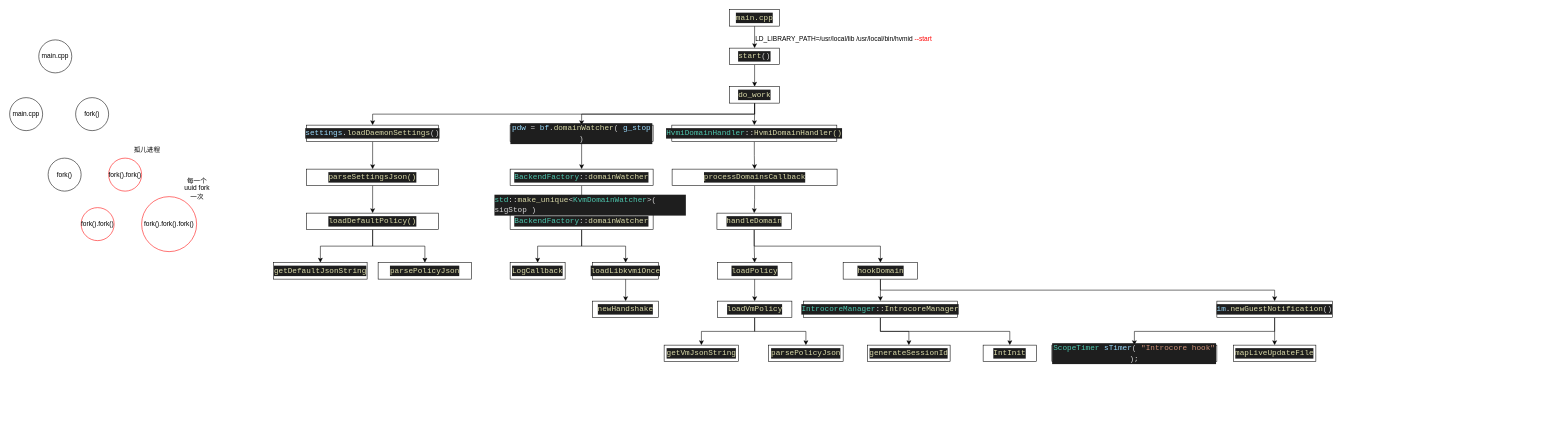
Earlier version of the draw.io diagram Untitled Diagram.drawio (Amber0130/Other). Source tidied: cells renumbered, new cells numbered last; positions are measured from the earlier drawing's top-left corner, leaving out a move shared by most shapes. Both pictures are drawn from the tidied source at 55%, with x=0, y=0 at pixel (9, 9).
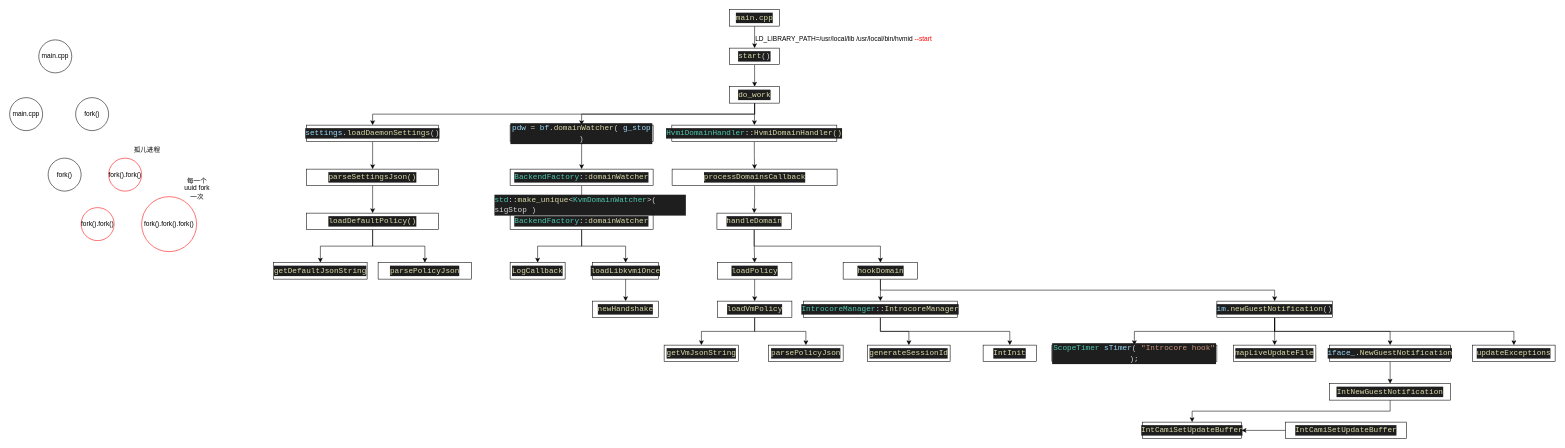
The same page after the edit.

Unchanged cells that the change refers to:
```xml
<mxCell id="65" value="&lt;div style=&quot;color: rgb(212 , 212 , 212) ; background-color: rgb(30 , 30 , 30) ; font-family: &amp;#34;consolas&amp;#34; , &amp;#34;courier new&amp;#34; , monospace ; font-size: 14px ; line-height: 19px&quot;&gt;&lt;div style=&quot;font-family: &amp;#34;consolas&amp;#34; , &amp;#34;courier new&amp;#34; , monospace ; line-height: 19px&quot;&gt;&lt;div style=&quot;font-family: &amp;#34;consolas&amp;#34; , &amp;#34;courier new&amp;#34; , monospace ; line-height: 19px&quot;&gt;&lt;div style=&quot;font-family: &amp;#34;consolas&amp;#34; , &amp;#34;courier new&amp;#34; , monospace ; line-height: 19px&quot;&gt;&lt;div style=&quot;font-family: &amp;#34;consolas&amp;#34; , &amp;#34;courier new&amp;#34; , monospace ; line-height: 19px&quot;&gt;&lt;div style=&quot;font-family: &amp;#34;consolas&amp;#34; , &amp;#34;courier new&amp;#34; , monospace ; line-height: 19px&quot;&gt;&lt;div style=&quot;font-family: &amp;#34;consolas&amp;#34; , &amp;#34;courier new&amp;#34; , monospace ; line-height: 19px&quot;&gt;&lt;div style=&quot;font-family: &amp;#34;consolas&amp;#34; , &amp;#34;courier new&amp;#34; , monospace ; line-height: 19px&quot;&gt;&lt;div style=&quot;font-family: &amp;#34;consolas&amp;#34; , &amp;#34;courier new&amp;#34; , monospace ; line-height: 19px&quot;&gt;&lt;div style=&quot;line-height: 19px&quot;&gt;&lt;div style=&quot;font-family: &amp;#34;consolas&amp;#34; , &amp;#34;courier new&amp;#34; , monospace ; line-height: 19px&quot;&gt;&lt;span style=&quot;color: #9cdcfe&quot;&gt;im&lt;/span&gt;.&lt;span style=&quot;color: #dcdcaa&quot;&gt;newGuestNotification&lt;/span&gt;()&lt;/div&gt;&lt;/div&gt;&lt;/div&gt;&lt;/div&gt;&lt;/div&gt;&lt;/div&gt;&lt;/div&gt;&lt;/div&gt;&lt;/div&gt;&lt;/div&gt;&lt;/div&gt;" style="rounded=0;whiteSpace=wrap;html=1;" parent="1" vertex="1">
  <mxGeometry x="2195" y="530" width="210" height="30" as="geometry" />
</mxCell>
```

The edit, as a diff of the source:
```diff
@@
+    <mxCell id="68" style="edgeStyle=orthogonalEdgeStyle;rounded=0;jettySize=auto;html=1;exitX=0.5;exitY=1;exitDx=0;exitDy=0;" parent="1" edge="1" source="65" target="71">
+      <mxGeometry relative="1" as="geometry" />
+    </mxCell>
+    <mxCell id="69" style="edgeStyle=orthogonalEdgeStyle;rounded=0;jettySize=auto;html=1;exitX=0.5;exitY=1;exitDx=0;exitDy=0;entryX=0.5;entryY=0;entryDx=0;entryDy=0;" parent="1" edge="1" source="65" target="72">
+      <mxGeometry relative="1" as="geometry" />
+    </mxCell>
@@
+    <mxCell id="70" style="edgeStyle=orthogonalEdgeStyle;rounded=0;jettySize=auto;html=1;exitX=0.5;exitY=1;exitDx=0;exitDy=0;" parent="1" edge="1" source="71" target="74">
+      <mxGeometry relative="1" as="geometry" />
+    </mxCell>
+    <mxCell id="71" value="&lt;div style=&quot;color: rgb(212 , 212 , 212) ; background-color: rgb(30 , 30 , 30) ; font-family: &amp;#34;consolas&amp;#34; , &amp;#34;courier new&amp;#34; , monospace ; font-size: 14px ; line-height: 19px&quot;&gt;&lt;div style=&quot;font-family: &amp;#34;consolas&amp;#34; , &amp;#34;courier new&amp;#34; , monospace ; line-height: 19px&quot;&gt;&lt;div style=&quot;font-family: &amp;#34;consolas&amp;#34; , &amp;#34;courier new&amp;#34; , monospace ; line-height: 19px&quot;&gt;&lt;div style=&quot;font-family: &amp;#34;consolas&amp;#34; , &amp;#34;courier new&amp;#34; , monospace ; line-height: 19px&quot;&gt;&lt;div style=&quot;font-family: &amp;#34;consolas&amp;#34; , &amp;#34;courier new&amp;#34; , monospace ; line-height: 19px&quot;&gt;&lt;div style=&quot;font-family: &amp;#34;consolas&amp;#34; , &amp;#34;courier new&amp;#34; , monospace ; line-height: 19px&quot;&gt;&lt;div style=&quot;font-family: &amp;#34;consolas&amp;#34; , &amp;#34;courier new&amp;#34; , monospace ; line-height: 19px&quot;&gt;&lt;div style=&quot;font-family: &amp;#34;consolas&amp;#34; , &amp;#34;courier new&amp;#34; , monospace ; line-height: 19px&quot;&gt;&lt;div style=&quot;font-family: &amp;#34;consolas&amp;#34; , &amp;#34;courier new&amp;#34; , monospace ; line-height: 19px&quot;&gt;&lt;div style=&quot;line-height: 19px&quot;&gt;&lt;div style=&quot;font-family: &amp;#34;consolas&amp;#34; , &amp;#34;courier new&amp;#34; , monospace ; line-height: 19px&quot;&gt;&lt;div style=&quot;font-family: &amp;#34;consolas&amp;#34; , &amp;#34;courier new&amp;#34; , monospace ; line-height: 19px&quot;&gt;&lt;div style=&quot;font-family: &amp;#34;consolas&amp;#34; , &amp;#34;courier new&amp;#34; , monospace ; line-height: 19px&quot;&gt;&lt;div style=&quot;font-family: &amp;#34;consolas&amp;#34; , &amp;#34;courier new&amp;#34; , monospace ; line-height: 19px&quot;&gt;&lt;span style=&quot;color: #9cdcfe&quot;&gt;iface_&lt;/span&gt;.&lt;span style=&quot;color: #dcdcaa&quot;&gt;NewGuestNotification&lt;/span&gt;&lt;/div&gt;&lt;/div&gt;&lt;/div&gt;&lt;/div&gt;&lt;/div&gt;&lt;/div&gt;&lt;/div&gt;&lt;/div&gt;&lt;/div&gt;&lt;/div&gt;&lt;/div&gt;&lt;/div&gt;&lt;/div&gt;&lt;/div&gt;" style="rounded=0;whiteSpace=wrap;html=1;" parent="1" vertex="1">
+      <mxGeometry x="2400" y="610" width="220" height="30" as="geometry" />
+    </mxCell>
+    <mxCell id="72" value="&lt;div style=&quot;color: rgb(212 , 212 , 212) ; background-color: rgb(30 , 30 , 30) ; font-family: &amp;#34;consolas&amp;#34; , &amp;#34;courier new&amp;#34; , monospace ; font-size: 14px ; line-height: 19px&quot;&gt;&lt;div style=&quot;font-family: &amp;#34;consolas&amp;#34; , &amp;#34;courier new&amp;#34; , monospace ; line-height: 19px&quot;&gt;&lt;div style=&quot;font-family: &amp;#34;consolas&amp;#34; , &amp;#34;courier new&amp;#34; , monospace ; line-height: 19px&quot;&gt;&lt;div style=&quot;font-family: &amp;#34;consolas&amp;#34; , &amp;#34;courier new&amp;#34; , monospace ; line-height: 19px&quot;&gt;&lt;div style=&quot;font-family: &amp;#34;consolas&amp;#34; , &amp;#34;courier new&amp;#34; , monospace ; line-height: 19px&quot;&gt;&lt;div style=&quot;font-family: &amp;#34;consolas&amp;#34; , &amp;#34;courier new&amp;#34; , monospace ; line-height: 19px&quot;&gt;&lt;div style=&quot;font-family: &amp;#34;consolas&amp;#34; , &amp;#34;courier new&amp;#34; , monospace ; line-height: 19px&quot;&gt;&lt;div style=&quot;font-family: &amp;#34;consolas&amp;#34; , &amp;#34;courier new&amp;#34; , monospace ; line-height: 19px&quot;&gt;&lt;div style=&quot;font-family: &amp;#34;consolas&amp;#34; , &amp;#34;courier new&amp;#34; , monospace ; line-height: 19px&quot;&gt;&lt;div style=&quot;line-height: 19px&quot;&gt;&lt;div style=&quot;font-family: &amp;#34;consolas&amp;#34; , &amp;#34;courier new&amp;#34; , monospace ; line-height: 19px&quot;&gt;&lt;div style=&quot;font-family: &amp;#34;consolas&amp;#34; , &amp;#34;courier new&amp;#34; , monospace ; line-height: 19px&quot;&gt;&lt;div style=&quot;font-family: &amp;#34;consolas&amp;#34; , &amp;#34;courier new&amp;#34; , monospace ; line-height: 19px&quot;&gt;&lt;div style=&quot;font-family: &amp;#34;consolas&amp;#34; , &amp;#34;courier new&amp;#34; , monospace ; line-height: 19px&quot;&gt;&lt;span style=&quot;color: #dcdcaa&quot;&gt;updateExceptions&lt;/span&gt;&lt;/div&gt;&lt;/div&gt;&lt;/div&gt;&lt;/div&gt;&lt;/div&gt;&lt;/div&gt;&lt;/div&gt;&lt;/div&gt;&lt;/div&gt;&lt;/div&gt;&lt;/div&gt;&lt;/div&gt;&lt;/div&gt;&lt;/div&gt;" style="rounded=0;whiteSpace=wrap;html=1;" parent="1" vertex="1">
+      <mxGeometry x="2660" y="610" width="150" height="30" as="geometry" />
+    </mxCell>
+    <mxCell id="73" style="edgeStyle=orthogonalEdgeStyle;rounded=0;jettySize=auto;html=1;exitX=0.5;exitY=1;exitDx=0;exitDy=0;entryX=0.5;entryY=0;entryDx=0;entryDy=0;" parent="1" edge="1" source="74" target="75">
+      <mxGeometry relative="1" as="geometry" />
+    </mxCell>
+    <mxCell id="74" value="&lt;div style=&quot;color: rgb(212 , 212 , 212) ; background-color: rgb(30 , 30 , 30) ; font-family: &amp;#34;consolas&amp;#34; , &amp;#34;courier new&amp;#34; , monospace ; font-size: 14px ; line-height: 19px&quot;&gt;&lt;div style=&quot;font-family: &amp;#34;consolas&amp;#34; , &amp;#34;courier new&amp;#34; , monospace ; line-height: 19px&quot;&gt;&lt;div style=&quot;font-family: &amp;#34;consolas&amp;#34; , &amp;#34;courier new&amp;#34; , monospace ; line-height: 19px&quot;&gt;&lt;div style=&quot;font-family: &amp;#34;consolas&amp;#34; , &amp;#34;courier new&amp;#34; , monospace ; line-height: 19px&quot;&gt;&lt;div style=&quot;font-family: &amp;#34;consolas&amp;#34; , &amp;#34;courier new&amp;#34; , monospace ; line-height: 19px&quot;&gt;&lt;div style=&quot;font-family: &amp;#34;consolas&amp;#34; , &amp;#34;courier new&amp;#34; , monospace ; line-height: 19px&quot;&gt;&lt;div style=&quot;font-family: &amp;#34;consolas&amp;#34; , &amp;#34;courier new&amp;#34; , monospace ; line-height: 19px&quot;&gt;&lt;div style=&quot;font-family: &amp;#34;consolas&amp;#34; , &amp;#34;courier new&amp;#34; , monospace ; line-height: 19px&quot;&gt;&lt;div style=&quot;font-family: &amp;#34;consolas&amp;#34; , &amp;#34;courier new&amp;#34; , monospace ; line-height: 19px&quot;&gt;&lt;div style=&quot;line-height: 19px&quot;&gt;&lt;div style=&quot;font-family: &amp;#34;consolas&amp;#34; , &amp;#34;courier new&amp;#34; , monospace ; line-height: 19px&quot;&gt;&lt;div style=&quot;font-family: &amp;#34;consolas&amp;#34; , &amp;#34;courier new&amp;#34; , monospace ; line-height: 19px&quot;&gt;&lt;div style=&quot;font-family: &amp;#34;consolas&amp;#34; , &amp;#34;courier new&amp;#34; , monospace ; line-height: 19px&quot;&gt;&lt;div style=&quot;font-family: &amp;#34;consolas&amp;#34; , &amp;#34;courier new&amp;#34; , monospace ; line-height: 19px&quot;&gt;&lt;div style=&quot;font-family: &amp;#34;consolas&amp;#34; , &amp;#34;courier new&amp;#34; , monospace ; line-height: 19px&quot;&gt;&lt;span style=&quot;color: #dcdcaa&quot;&gt;IntNewGuestNotification&lt;/span&gt;&lt;/div&gt;&lt;/div&gt;&lt;/div&gt;&lt;/div&gt;&lt;/div&gt;&lt;/div&gt;&lt;/div&gt;&lt;/div&gt;&lt;/div&gt;&lt;/div&gt;&lt;/div&gt;&lt;/div&gt;&lt;/div&gt;&lt;/div&gt;&lt;/div&gt;" style="rounded=0;whiteSpace=wrap;html=1;" parent="1" vertex="1">
+      <mxGeometry x="2400" y="680" width="220" height="30" as="geometry" />
+    </mxCell>
+    <mxCell id="75" value="&lt;div style=&quot;color: rgb(212 , 212 , 212) ; background-color: rgb(30 , 30 , 30) ; font-family: &amp;#34;consolas&amp;#34; , &amp;#34;courier new&amp;#34; , monospace ; font-size: 14px ; line-height: 19px&quot;&gt;&lt;div style=&quot;font-family: &amp;#34;consolas&amp;#34; , &amp;#34;courier new&amp;#34; , monospace ; line-height: 19px&quot;&gt;&lt;div style=&quot;font-family: &amp;#34;consolas&amp;#34; , &amp;#34;courier new&amp;#34; , monospace ; line-height: 19px&quot;&gt;&lt;div style=&quot;font-family: &amp;#34;consolas&amp;#34; , &amp;#34;courier new&amp;#34; , monospace ; line-height: 19px&quot;&gt;&lt;div style=&quot;font-family: &amp;#34;consolas&amp;#34; , &amp;#34;courier new&amp;#34; , monospace ; line-height: 19px&quot;&gt;&lt;div style=&quot;font-family: &amp;#34;consolas&amp;#34; , &amp;#34;courier new&amp;#34; , monospace ; line-height: 19px&quot;&gt;&lt;div style=&quot;font-family: &amp;#34;consolas&amp;#34; , &amp;#34;courier new&amp;#34; , monospace ; line-height: 19px&quot;&gt;&lt;div style=&quot;font-family: &amp;#34;consolas&amp;#34; , &amp;#34;courier new&amp;#34; , monospace ; line-height: 19px&quot;&gt;&lt;div style=&quot;font-family: &amp;#34;consolas&amp;#34; , &amp;#34;courier new&amp;#34; , monospace ; line-height: 19px&quot;&gt;&lt;div style=&quot;line-height: 19px&quot;&gt;&lt;div style=&quot;font-family: &amp;#34;consolas&amp;#34; , &amp;#34;courier new&amp;#34; , monospace ; line-height: 19px&quot;&gt;&lt;div style=&quot;font-family: &amp;#34;consolas&amp;#34; , &amp;#34;courier new&amp;#34; , monospace ; line-height: 19px&quot;&gt;&lt;div style=&quot;font-family: &amp;#34;consolas&amp;#34; , &amp;#34;courier new&amp;#34; , monospace ; line-height: 19px&quot;&gt;&lt;div style=&quot;font-family: &amp;#34;consolas&amp;#34; , &amp;#34;courier new&amp;#34; , monospace ; line-height: 19px&quot;&gt;&lt;div style=&quot;font-family: &amp;#34;consolas&amp;#34; , &amp;#34;courier new&amp;#34; , monospace ; line-height: 19px&quot;&gt;&lt;div style=&quot;font-family: &amp;#34;consolas&amp;#34; , &amp;#34;courier new&amp;#34; , monospace ; line-height: 19px&quot;&gt;&lt;span style=&quot;color: #dcdcaa&quot;&gt;IntCamiSetUpdateBuffer&lt;/span&gt;&lt;/div&gt;&lt;/div&gt;&lt;/div&gt;&lt;/div&gt;&lt;/div&gt;&lt;/div&gt;&lt;/div&gt;&lt;/div&gt;&lt;/div&gt;&lt;/div&gt;&lt;/div&gt;&lt;/div&gt;&lt;/div&gt;&lt;/div&gt;&lt;/div&gt;&lt;/div&gt;" style="rounded=0;whiteSpace=wrap;html=1;" parent="1" vertex="1">
+      <mxGeometry x="2060" y="750" width="180" height="30" as="geometry" />
+    </mxCell>
+    <mxCell id="76" style="edgeStyle=orthogonalEdgeStyle;rounded=0;jettySize=auto;html=1;" parent="1" edge="1" source="77" target="75">
+      <mxGeometry relative="1" as="geometry" />
+    </mxCell>
+    <mxCell id="77" value="&lt;div style=&quot;color: rgb(212 , 212 , 212) ; background-color: rgb(30 , 30 , 30) ; font-family: &amp;#34;consolas&amp;#34; , &amp;#34;courier new&amp;#34; , monospace ; font-size: 14px ; line-height: 19px&quot;&gt;&lt;div style=&quot;font-family: &amp;#34;consolas&amp;#34; , &amp;#34;courier new&amp;#34; , monospace ; line-height: 19px&quot;&gt;&lt;div style=&quot;font-family: &amp;#34;consolas&amp;#34; , &amp;#34;courier new&amp;#34; , monospace ; line-height: 19px&quot;&gt;&lt;div style=&quot;font-family: &amp;#34;consolas&amp;#34; , &amp;#34;courier new&amp;#34; , monospace ; line-height: 19px&quot;&gt;&lt;div style=&quot;font-family: &amp;#34;consolas&amp;#34; , &amp;#34;courier new&amp;#34; , monospace ; line-height: 19px&quot;&gt;&lt;div style=&quot;font-family: &amp;#34;consolas&amp;#34; , &amp;#34;courier new&amp;#34; , monospace ; line-height: 19px&quot;&gt;&lt;div style=&quot;font-family: &amp;#34;consolas&amp;#34; , &amp;#34;courier new&amp;#34; , monospace ; line-height: 19px&quot;&gt;&lt;div style=&quot;font-family: &amp;#34;consolas&amp;#34; , &amp;#34;courier new&amp;#34; , monospace ; line-height: 19px&quot;&gt;&lt;div style=&quot;font-family: &amp;#34;consolas&amp;#34; , &amp;#34;courier new&amp;#34; , monospace ; line-height: 19px&quot;&gt;&lt;div style=&quot;line-height: 19px&quot;&gt;&lt;div style=&quot;font-family: &amp;#34;consolas&amp;#34; , &amp;#34;courier new&amp;#34; , monospace ; line-height: 19px&quot;&gt;&lt;div style=&quot;font-family: &amp;#34;consolas&amp;#34; , &amp;#34;courier new&amp;#34; , monospace ; line-height: 19px&quot;&gt;&lt;div style=&quot;font-family: &amp;#34;consolas&amp;#34; , &amp;#34;courier new&amp;#34; , monospace ; line-height: 19px&quot;&gt;&lt;div style=&quot;font-family: &amp;#34;consolas&amp;#34; , &amp;#34;courier new&amp;#34; , monospace ; line-height: 19px&quot;&gt;&lt;div style=&quot;font-family: &amp;#34;consolas&amp;#34; , &amp;#34;courier new&amp;#34; , monospace ; line-height: 19px&quot;&gt;&lt;div style=&quot;font-family: &amp;#34;consolas&amp;#34; , &amp;#34;courier new&amp;#34; , monospace ; line-height: 19px&quot;&gt;&lt;span style=&quot;color: #dcdcaa&quot;&gt;IntCamiSetUpdateBuffer&lt;/span&gt;&lt;/div&gt;&lt;/div&gt;&lt;/div&gt;&lt;/div&gt;&lt;/div&gt;&lt;/div&gt;&lt;/div&gt;&lt;/div&gt;&lt;/div&gt;&lt;/div&gt;&lt;/div&gt;&lt;/div&gt;&lt;/div&gt;&lt;/div&gt;&lt;/div&gt;&lt;/div&gt;" style="rounded=0;whiteSpace=wrap;html=1;" parent="1" vertex="1">
+      <mxGeometry x="2320" y="750" width="220" height="30" as="geometry" />
+    </mxCell>
```
